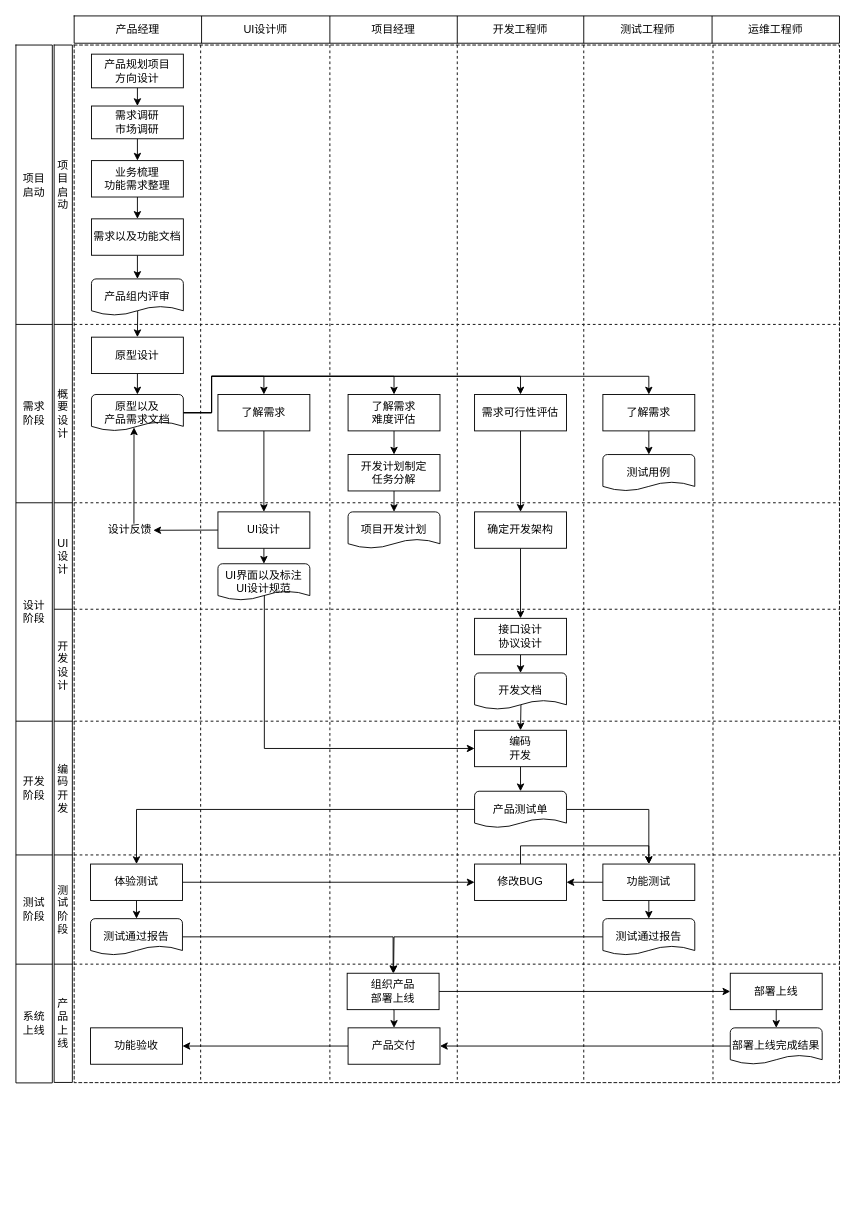
Earlier version of the draw.io diagram 项目开发全流程.drawio (liu12fei08fei/draw-io). Source tidied: cells renumbered, new cells numbered last; positions are measured from the earlier drawing's top-left corner, leaving out a move shared by most shapes. Both pictures are drawn from the tidied source at 91%, with x=0, y=0 at pixel (15, 15).
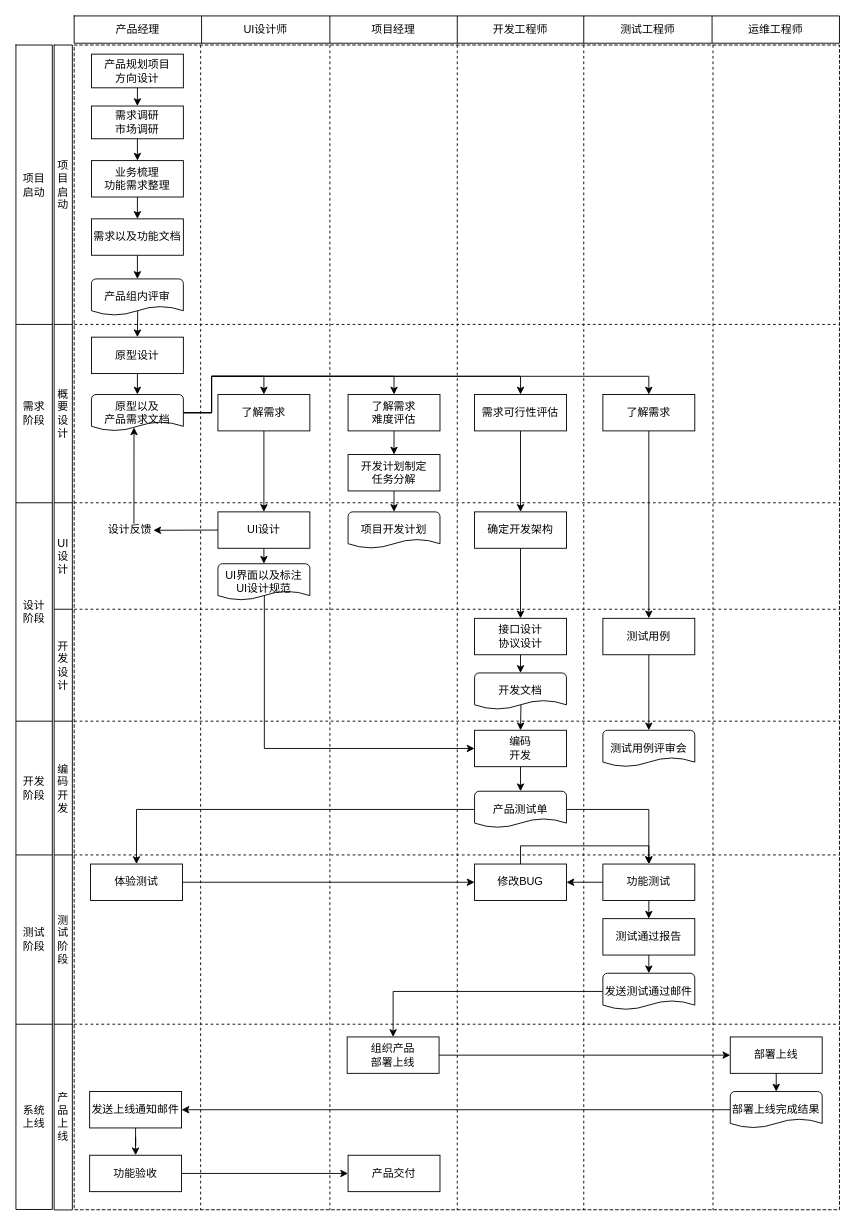
The same diagram, later.

Commit message:
更新项目开发全流程.drawio

The change refers to these unchanged cells:
```xml
<mxCell id="112" value="了解需求" style="rounded=0;whiteSpace=wrap;html=1;" parent="1" vertex="1">
  <mxGeometry x="645" y="416" width="101" height="40" as="geometry" />
</mxCell>
<mxCell id="139" value="功能测试" style="rounded=0;whiteSpace=wrap;html=1;" parent="1" vertex="1">
  <mxGeometry x="645" y="932" width="101" height="40" as="geometry" />
</mxCell>
<mxCell id="142" value="体验测试" style="rounded=0;whiteSpace=wrap;html=1;" parent="1" vertex="1">
  <mxGeometry x="82" y="932" width="101" height="40" as="geometry" />
</mxCell>
```

What changed in the source:
```diff
@@
     <mxCell id="2" style="shape=table;html=1;whiteSpace=wrap;startSize=0;childLayout=tableLayout;dashed=1;rounded=0;" parent="1" vertex="1">
-      <mxGeometry x="64" y="32" width="841" height="1140.2" as="geometry" />
+      <mxGeometry x="64" y="32" width="841" height="1279.9" as="geometry" />
     </mxCell>
@@
     <mxCell id="38" style="shape=partialRectangle;html=1;whiteSpace=wrap;fillColor=none;top=0;left=0;bottom=0;right=0;" parent="2" vertex="1">
-      <mxGeometry y="890" width="841" height="120" as="geometry" />
+      <mxGeometry y="890" width="841" height="186" as="geometry" />
     </mxCell>
     <mxCell id="39" style="shape=partialRectangle;html=1;whiteSpace=wrap;overflow=hidden;fillColor=none;top=0;left=0;bottom=0;right=0;" parent="38" vertex="1">
-      <mxGeometry width="139" height="120" as="geometry" />
+      <mxGeometry width="139" height="186" as="geometry" />
     </mxCell>
     <mxCell id="40" style="shape=partialRectangle;html=1;whiteSpace=wrap;overflow=hidden;fillColor=none;top=0;left=0;bottom=0;right=0;" parent="38" vertex="1">
-      <mxGeometry x="139" width="142" height="120" as="geometry" />
+      <mxGeometry x="139" width="142" height="186" as="geometry" />
     </mxCell>
     <mxCell id="41" style="shape=partialRectangle;html=1;whiteSpace=wrap;overflow=hidden;fillColor=none;top=0;left=0;bottom=0;right=0;" parent="38" vertex="1">
-      <mxGeometry x="281" width="140" height="120" as="geometry" />
+      <mxGeometry x="281" width="140" height="186" as="geometry" />
     </mxCell>
     <mxCell id="42" style="shape=partialRectangle;html=1;whiteSpace=wrap;overflow=hidden;fillColor=none;top=0;left=0;bottom=0;right=0;" parent="38" vertex="1">
-      <mxGeometry x="421" width="139" height="120" as="geometry" />
+      <mxGeometry x="421" width="139" height="186" as="geometry" />
     </mxCell>
     <mxCell id="43" style="shape=partialRectangle;html=1;whiteSpace=wrap;overflow=hidden;fillColor=none;top=0;left=0;bottom=0;right=0;" parent="38" vertex="1">
-      <mxGeometry x="560" width="142" height="120" as="geometry" />
+      <mxGeometry x="560" width="142" height="186" as="geometry" />
     </mxCell>
     <mxCell id="44" style="shape=partialRectangle;html=1;whiteSpace=wrap;overflow=hidden;fillColor=none;top=0;left=0;bottom=0;right=0;" parent="38" vertex="1">
-      <mxGeometry x="702" width="139" height="120" as="geometry" />
+      <mxGeometry x="702" width="139" height="186" as="geometry" />
     </mxCell>
     <mxCell id="45" style="shape=partialRectangle;html=1;whiteSpace=wrap;fillColor=none;top=0;left=0;bottom=0;right=0;" parent="2" vertex="1">
-      <mxGeometry y="1010" width="841" height="130" as="geometry" />
+      <mxGeometry y="1076" width="841" height="204" as="geometry" />
     </mxCell>
     <mxCell id="46" style="shape=partialRectangle;html=1;whiteSpace=wrap;overflow=hidden;fillColor=none;top=0;left=0;bottom=0;right=0;" parent="45" vertex="1">
-      <mxGeometry width="139" height="130" as="geometry" />
+      <mxGeometry width="139" height="204" as="geometry" />
     </mxCell>
     <mxCell id="47" style="shape=partialRectangle;html=1;whiteSpace=wrap;overflow=hidden;fillColor=none;top=0;left=0;bottom=0;right=0;" parent="45" vertex="1">
-      <mxGeometry x="139" width="142" height="130" as="geometry" />
+      <mxGeometry x="139" width="142" height="204" as="geometry" />
     </mxCell>
     <mxCell id="48" style="shape=partialRectangle;html=1;whiteSpace=wrap;overflow=hidden;fillColor=none;top=0;left=0;bottom=0;right=0;" parent="45" vertex="1">
-      <mxGeometry x="281" width="140" height="130" as="geometry" />
+      <mxGeometry x="281" width="140" height="204" as="geometry" />
     </mxCell>
     <mxCell id="49" style="shape=partialRectangle;html=1;whiteSpace=wrap;overflow=hidden;fillColor=none;top=0;left=0;bottom=0;right=0;" parent="45" vertex="1">
-      <mxGeometry x="421" width="139" height="130" as="geometry" />
+      <mxGeometry x="421" width="139" height="204" as="geometry" />
     </mxCell>
     <mxCell id="50" style="shape=partialRectangle;html=1;whiteSpace=wrap;overflow=hidden;fillColor=none;top=0;left=0;bottom=0;right=0;" parent="45" vertex="1">
-      <mxGeometry x="560" width="142" height="130" as="geometry" />
+      <mxGeometry x="560" width="142" height="204" as="geometry" />
     </mxCell>
     <mxCell id="51" style="shape=partialRectangle;html=1;whiteSpace=wrap;overflow=hidden;fillColor=none;top=0;left=0;bottom=0;right=0;" parent="45" vertex="1">
-      <mxGeometry x="702" width="139" height="130" as="geometry" />
+      <mxGeometry x="702" width="139" height="204" as="geometry" />
     </mxCell>
@@
     <mxCell id="72" style="shape=table;html=1;whiteSpace=wrap;startSize=0;childLayout=tableLayout;" parent="1" vertex="1">
-      <mxGeometry y="32" width="40" height="1140.5" as="geometry" />
+      <mxGeometry y="32" width="40" height="1279.6" as="geometry" />
     </mxCell>
@@
     <mxCell id="81" style="shape=partialRectangle;html=1;whiteSpace=wrap;fillColor=none;top=0;left=0;bottom=0;right=0;" parent="72" vertex="1">
-      <mxGeometry y="890" width="40" height="120" as="geometry" />
+      <mxGeometry y="890" width="40" height="186" as="geometry" />
     </mxCell>
     <mxCell id="82" value="测试&lt;br&gt;阶段" style="shape=partialRectangle;html=1;whiteSpace=wrap;overflow=hidden;fillColor=none;top=0;left=0;bottom=0;right=0;" parent="81" vertex="1">
-      <mxGeometry width="40" height="120" as="geometry" />
+      <mxGeometry width="40" height="186" as="geometry" />
     </mxCell>
     <mxCell id="83" style="shape=partialRectangle;html=1;whiteSpace=wrap;fillColor=none;top=0;left=0;bottom=0;right=0;" parent="72" vertex="1">
-      <mxGeometry y="1010" width="40" height="130" as="geometry" />
+      <mxGeometry y="1076" width="40" height="204" as="geometry" />
     </mxCell>
     <mxCell id="84" value="系统&lt;br&gt;上线" style="shape=partialRectangle;html=1;whiteSpace=wrap;overflow=hidden;fillColor=none;top=0;left=0;bottom=0;right=0;" parent="83" vertex="1">
-      <mxGeometry width="40" height="130" as="geometry" />
+      <mxGeometry width="40" height="204" as="geometry" />
     </mxCell>
     <mxCell id="85" style="shape=table;html=1;whiteSpace=wrap;startSize=0;childLayout=tableLayout;fontSize=12;" parent="1" vertex="1">
-      <mxGeometry x="42" y="32" width="20" height="1140" as="geometry" />
+      <mxGeometry x="42" y="32" width="20" height="1280.1" as="geometry" />
     </mxCell>
@@
     <mxCell id="96" style="shape=partialRectangle;html=1;whiteSpace=wrap;fillColor=none;top=0;left=0;bottom=0;right=0;fontSize=12;" parent="85" vertex="1">
-      <mxGeometry y="890" width="20" height="120" as="geometry" />
+      <mxGeometry y="890" width="20" height="186" as="geometry" />
     </mxCell>
     <mxCell id="97" value="测试阶段" style="shape=partialRectangle;html=1;whiteSpace=wrap;overflow=hidden;fillColor=none;top=0;left=0;bottom=0;right=0;fontSize=12;" parent="96" vertex="1">
-      <mxGeometry width="20" height="120" as="geometry" />
+      <mxGeometry width="20" height="186" as="geometry" />
     </mxCell>
     <mxCell id="98" style="shape=partialRectangle;html=1;whiteSpace=wrap;fillColor=none;top=0;left=0;bottom=0;right=0;fontSize=12;" parent="85" vertex="1">
-      <mxGeometry y="1010" width="20" height="130" as="geometry" />
+      <mxGeometry y="1076" width="20" height="204" as="geometry" />
     </mxCell>
     <mxCell id="99" value="产品上线" style="shape=partialRectangle;html=1;whiteSpace=wrap;overflow=hidden;fillColor=none;top=0;left=0;bottom=0;right=0;fontSize=12;" parent="98" vertex="1">
-      <mxGeometry width="20" height="130" as="geometry" />
+      <mxGeometry width="20" height="204" as="geometry" />
     </mxCell>
@@
-    <mxCell id="111" style="edgeStyle=orthogonalEdgeStyle;rounded=0;jettySize=auto;html=1;exitX=0.5;exitY=1;exitDx=0;exitDy=0;entryX=0.5;entryY=0;entryDx=0;entryDy=0;entryPerimeter=0;" parent="1" edge="1" source="112" target="115">
-      <mxGeometry relative="1" as="geometry" />
-    </mxCell>
+    <mxCell id="157" style="edgeStyle=orthogonalEdgeStyle;rounded=0;jettySize=auto;html=1;exitX=0.5;exitY=1;exitDx=0;exitDy=0;" parent="1" edge="1" source="112" target="163">
+      <mxGeometry relative="1" as="geometry" />
+    </mxCell>
@@
-    <mxCell id="115" value="测试用例" style="strokeWidth=1;html=1;shape=mxgraph.flowchart.document2;whiteSpace=wrap;size=0.25;verticalAlign=middle;" parent="1" vertex="1">
-      <mxGeometry x="645" y="482" width="101" height="40" as="geometry" />
+    <mxCell id="115" value="测试用例评审会" style="strokeWidth=1;html=1;shape=mxgraph.flowchart.document2;whiteSpace=wrap;size=0.25;verticalAlign=middle;" parent="1" vertex="1">
+      <mxGeometry x="645" y="785" width="101" height="40" as="geometry" />
     </mxCell>
@@
-    <mxCell id="137" style="edgeStyle=orthogonalEdgeStyle;rounded=0;jettySize=auto;html=1;exitX=0.5;exitY=1;exitDx=0;exitDy=0;entryX=0.5;entryY=0;entryDx=0;entryDy=0;entryPerimeter=0;" parent="1" edge="1" source="139" target="146">
-      <mxGeometry relative="1" as="geometry" />
-    </mxCell>
@@
+    <mxCell id="158" style="edgeStyle=orthogonalEdgeStyle;rounded=0;jettySize=auto;html=1;exitX=0.5;exitY=1;exitDx=0;exitDy=0;entryX=0.5;entryY=0;entryDx=0;entryDy=0;" parent="1" edge="1" source="139" target="144">
+      <mxGeometry relative="1" as="geometry" />
+    </mxCell>
@@
-    <mxCell id="140" style="edgeStyle=orthogonalEdgeStyle;rounded=0;jettySize=auto;html=1;exitX=0.5;exitY=1;exitDx=0;exitDy=0;entryX=0.5;entryY=0;entryDx=0;entryDy=0;entryPerimeter=0;" parent="1" edge="1" source="142" target="144">
-      <mxGeometry relative="1" as="geometry" />
-    </mxCell>
@@
-    <mxCell id="143" style="edgeStyle=orthogonalEdgeStyle;rounded=0;jettySize=auto;html=1;exitX=1;exitY=0.5;exitDx=0;exitDy=0;exitPerimeter=0;entryX=0.5;entryY=0;entryDx=0;entryDy=0;" parent="1" edge="1" source="144" target="149">
-      <mxGeometry relative="1" as="geometry" />
-    </mxCell>
-    <mxCell id="144" value="测试通过报告" style="strokeWidth=1;html=1;shape=mxgraph.flowchart.document2;whiteSpace=wrap;size=0.25;verticalAlign=middle;" parent="1" vertex="1">
-      <mxGeometry x="82" y="992" width="101" height="40" as="geometry" />
-    </mxCell>
-    <mxCell id="145" style="edgeStyle=orthogonalEdgeStyle;rounded=0;jettySize=auto;html=1;exitX=0;exitY=0.5;exitDx=0;exitDy=0;exitPerimeter=0;" parent="1" edge="1" source="146">
-      <mxGeometry relative="1" as="geometry">
-        <mxPoint x="415" y="1052" as="targetPoint" />
-      </mxGeometry>
-    </mxCell>
+    <mxCell id="159" style="edgeStyle=orthogonalEdgeStyle;rounded=0;jettySize=auto;html=1;exitX=0;exitY=0.5;exitDx=0;exitDy=0;exitPerimeter=0;entryX=0.5;entryY=0;entryDx=0;entryDy=0;" parent="1" edge="1" source="146" target="149">
+      <mxGeometry relative="1" as="geometry" />
+    </mxCell>
-    <mxCell id="146" value="测试通过报告" style="strokeWidth=1;html=1;shape=mxgraph.flowchart.document2;whiteSpace=wrap;size=0.25;verticalAlign=middle;" parent="1" vertex="1">
-      <mxGeometry x="645" y="992" width="101" height="40" as="geometry" />
+    <mxCell id="146" value="发送测试通过邮件" style="strokeWidth=1;html=1;shape=mxgraph.flowchart.document2;whiteSpace=wrap;size=0.25;verticalAlign=middle;" parent="1" vertex="1">
+      <mxGeometry x="645" y="1052" width="101" height="40" as="geometry" />
     </mxCell>
-    <mxCell id="147" style="edgeStyle=orthogonalEdgeStyle;rounded=0;jettySize=auto;html=1;exitX=0.5;exitY=1;exitDx=0;exitDy=0;entryX=0.5;entryY=0;entryDx=0;entryDy=0;" parent="1" edge="1" source="149" target="153">
-      <mxGeometry relative="1" as="geometry" />
-    </mxCell>
@@
     <mxCell id="149" value="组织产品&lt;br&gt;部署上线" style="rounded=0;whiteSpace=wrap;html=1;" parent="1" vertex="1">
-      <mxGeometry x="364" y="1052" width="101" height="40" as="geometry" />
+      <mxGeometry x="364" y="1122" width="101" height="40" as="geometry" />
     </mxCell>
@@
     <mxCell id="151" value="部署上线" style="rounded=0;whiteSpace=wrap;html=1;" parent="1" vertex="1">
-      <mxGeometry x="785" y="1052" width="101" height="40" as="geometry" />
+      <mxGeometry x="785" y="1122" width="101" height="40" as="geometry" />
     </mxCell>
-    <mxCell id="152" style="edgeStyle=orthogonalEdgeStyle;rounded=0;jettySize=auto;html=1;exitX=0;exitY=0.5;exitDx=0;exitDy=0;entryX=1;entryY=0.5;entryDx=0;entryDy=0;" parent="1" edge="1" source="153" target="156">
-      <mxGeometry relative="1" as="geometry" />
-    </mxCell>
     <mxCell id="153" value="产品交付" style="rounded=0;whiteSpace=wrap;html=1;" parent="1" vertex="1">
-      <mxGeometry x="365" y="1112" width="101" height="40" as="geometry" />
+      <mxGeometry x="365" y="1252" width="101" height="40" as="geometry" />
     </mxCell>
-    <mxCell id="154" style="edgeStyle=orthogonalEdgeStyle;rounded=0;jettySize=auto;html=1;exitX=0;exitY=0.5;exitDx=0;exitDy=0;exitPerimeter=0;entryX=1;entryY=0.5;entryDx=0;entryDy=0;" parent="1" edge="1" source="155" target="153">
-      <mxGeometry relative="1" as="geometry" />
-    </mxCell>
+    <mxCell id="160" style="edgeStyle=orthogonalEdgeStyle;rounded=0;jettySize=auto;html=1;exitX=0;exitY=0.5;exitDx=0;exitDy=0;exitPerimeter=0;" parent="1" edge="1" source="155" target="166">
+      <mxGeometry relative="1" as="geometry" />
+    </mxCell>
     <mxCell id="155" value="部署上线完成结果" style="strokeWidth=1;html=1;shape=mxgraph.flowchart.document2;whiteSpace=wrap;size=0.25;verticalAlign=middle;" parent="1" vertex="1">
-      <mxGeometry x="785" y="1112" width="101" height="40" as="geometry" />
+      <mxGeometry x="785" y="1182" width="101" height="40" as="geometry" />
     </mxCell>
+    <mxCell id="161" style="edgeStyle=orthogonalEdgeStyle;rounded=0;jettySize=auto;html=1;exitX=1;exitY=0.5;exitDx=0;exitDy=0;" parent="1" edge="1" source="156" target="153">
+      <mxGeometry relative="1" as="geometry" />
+    </mxCell>
     <mxCell id="156" value="功能验收" style="rounded=0;whiteSpace=wrap;html=1;" parent="1" vertex="1">
-      <mxGeometry x="82" y="1112" width="101" height="40" as="geometry" />
+      <mxGeometry x="81" y="1252" width="101" height="40" as="geometry" />
     </mxCell>
+    <mxCell id="162" style="edgeStyle=orthogonalEdgeStyle;rounded=0;jettySize=auto;html=1;exitX=0.5;exitY=1;exitDx=0;exitDy=0;entryX=0.5;entryY=0;entryDx=0;entryDy=0;entryPerimeter=0;" parent="1" edge="1" source="163" target="115">
+      <mxGeometry relative="1" as="geometry" />
+    </mxCell>
+    <mxCell id="163" value="测试用例" style="rounded=0;whiteSpace=wrap;html=1;" parent="1" vertex="1">
+      <mxGeometry x="645" y="662" width="101" height="40" as="geometry" />
+    </mxCell>
+    <mxCell id="164" style="edgeStyle=orthogonalEdgeStyle;rounded=0;jettySize=auto;html=1;exitX=0.5;exitY=1;exitDx=0;exitDy=0;entryX=0.5;entryY=0;entryDx=0;entryDy=0;entryPerimeter=0;" parent="1" edge="1" source="144" target="146">
+      <mxGeometry relative="1" as="geometry" />
+    </mxCell>
+    <mxCell id="144" value="测试通过报告" style="rounded=0;whiteSpace=wrap;html=1;" parent="1" vertex="1">
+      <mxGeometry x="645" y="992" width="101" height="40" as="geometry" />
+    </mxCell>
+    <mxCell id="165" style="edgeStyle=orthogonalEdgeStyle;rounded=0;jettySize=auto;html=1;exitX=0.5;exitY=1;exitDx=0;exitDy=0;" parent="1" edge="1" source="166" target="156">
+      <mxGeometry relative="1" as="geometry" />
+    </mxCell>
+    <mxCell id="166" value="发送上线通知邮件" style="rounded=0;whiteSpace=wrap;html=1;" parent="1" vertex="1">
+      <mxGeometry x="81" y="1182" width="101" height="40" as="geometry" />
+    </mxCell>
```
